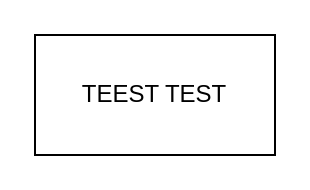
This is diagrams/class_diagram.drawio from SaraMalmstedt/Chatterbox_Group3, a draw.io file, before an edit. Source tidied: cells renumbered, new cells numbered last; positions are measured from the earlier drawing's top-left corner, leaving out a move shared by most shapes. Both pictures are drawn from the tidied source at 200%, with x=0, y=0 at pixel (34, 34).
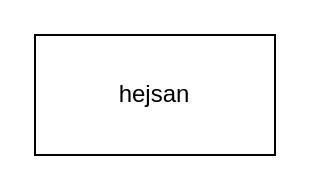
After the change.

The edit, as a diff of the source:
```diff
@@
 <mxGraphModel>
   <root>
     <mxCell id="0" />
     <mxCell id="1" parent="0" />
-    <mxCell id="2" value="TEEST TEST" style="rounded=0;whiteSpace=wrap;html=1;" parent="1" vertex="1">
+    <mxCell id="2" value="hejsan" style="rounded=0;whiteSpace=wrap;html=1;" parent="1" vertex="1">
       <mxGeometry width="120" height="60" as="geometry" />
     </mxCell>
   </root>
 </mxGraphModel>
```
